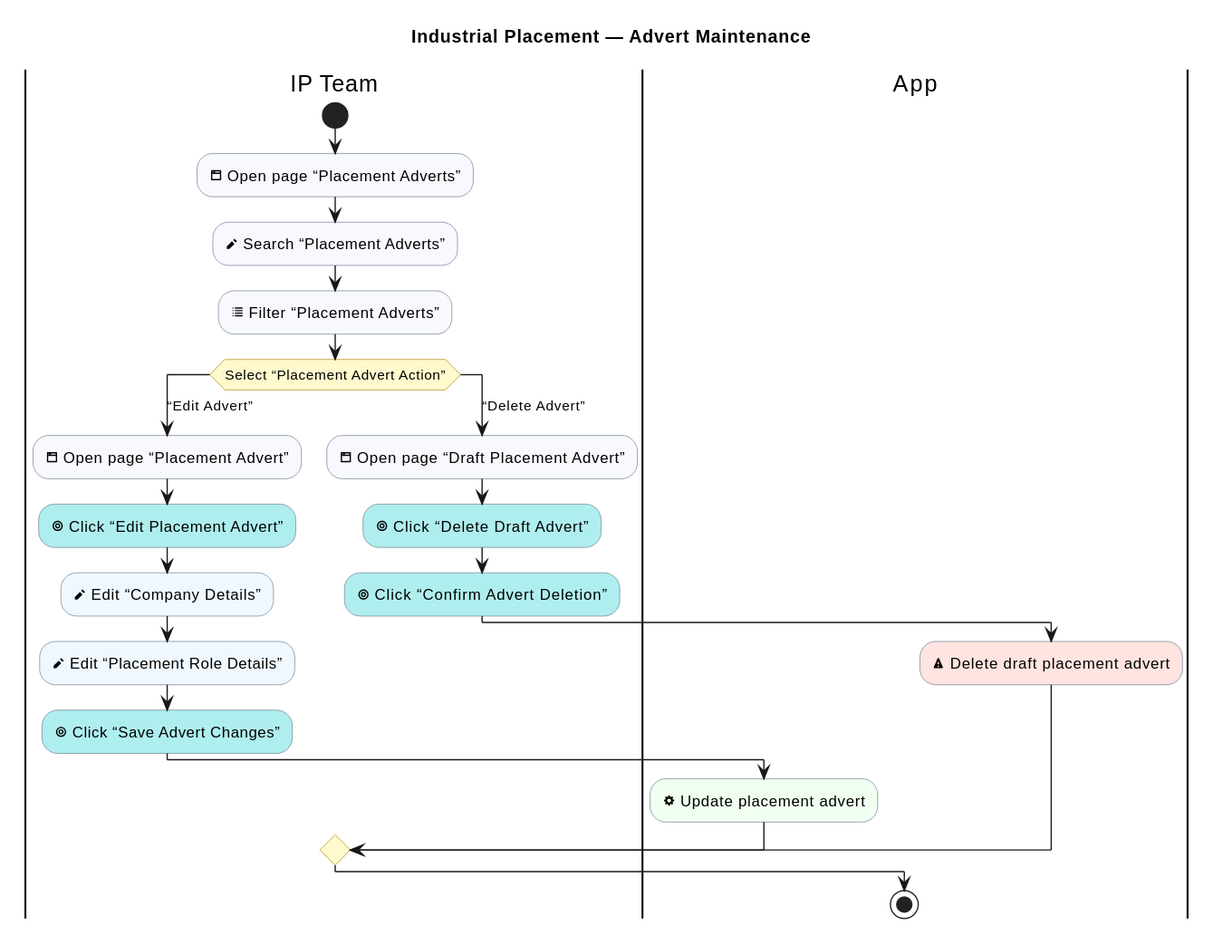
sdflkjssl/sdflkjssl.github.io keeps this PlantUML diagram as industrial-placement-group-project/diagrams/industrial-placement/advert-maintenance.svg. Above is the earlier version. Source of this version:
```plantuml
@startuml
!pragma layout smetana
title Industrial Placement — Advert Maintenance
skinparam shadowing false
skinparam activityBackgroundColor GhostWhite
skinparam activityBorderColor SlateGray
skinparam activityDiamondBackgroundColor LemonChiffon
skinparam activityDiamondBorderColor DarkGoldenRod

|IP Team|
|App|

|IP Team|
start
:<&browser> Open page “Placement Adverts”; <<#GhostWhite>>
  :<&pencil> Search “Placement Adverts”; <<#GhostWhite>>
  :<&list> Filter “Placement Adverts”; <<#GhostWhite>>
  switch (Select “Placement Advert Action”)
  case (“Edit Advert”)
    |IP Team|
    :<&browser> Open page “Placement Advert”; <<#GhostWhite>>
    :<&target> Click “Edit Placement Advert”; <<#PaleTurquoise>>
    :<&pencil> Edit “Company Details”; <<#AliceBlue>>
    :<&pencil> Edit “Placement Role Details”; <<#AliceBlue>>
    :<&target> Click “Save Advert Changes”; <<#PaleTurquoise>>
    |App|
    :<&cog> Update placement advert; <<#HoneyDew>>
  case (“Delete Advert”)
    |IP Team|
    :<&browser> Open page “Draft Placement Advert”; <<#GhostWhite>>
    :<&target> Click “Delete Draft Advert”; <<#PaleTurquoise>>
    :<&target> Click “Confirm Advert Deletion”; <<#PaleTurquoise>>
    |App|
    :<&warning> Delete draft placement advert; <<#MistyRose>>
  endswitch
stop
@enduml
```
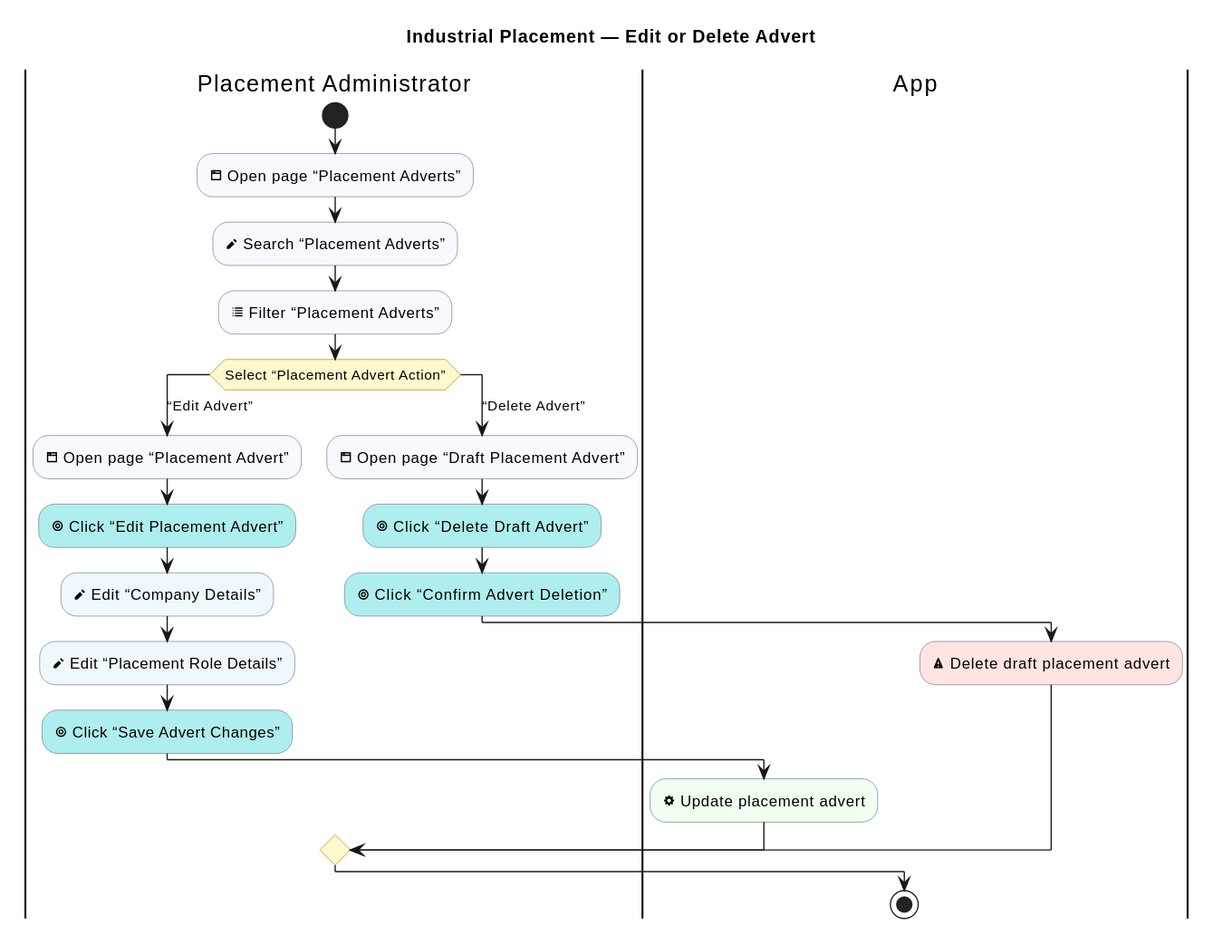
Later version of the same file.

The edit, as a diff of the source:
```diff
@@ -1,23 +1,23 @@
 @startuml
 !pragma layout smetana
-title Industrial Placement — Advert Maintenance
+title Industrial Placement — Edit or Delete Advert
 skinparam shadowing false
 skinparam activityBackgroundColor GhostWhite
 skinparam activityBorderColor SlateGray
 skinparam activityDiamondBackgroundColor LemonChiffon
 skinparam activityDiamondBorderColor DarkGoldenRod
 
-|IP Team|
+|Placement Administrator|
 |App|
 
-|IP Team|
+|Placement Administrator|
 start
 :<&browser> Open page “Placement Adverts”; <<#GhostWhite>>
   :<&pencil> Search “Placement Adverts”; <<#GhostWhite>>
   :<&list> Filter “Placement Adverts”; <<#GhostWhite>>
   switch (Select “Placement Advert Action”)
   case (“Edit Advert”)
-    |IP Team|
+    |Placement Administrator|
     :<&browser> Open page “Placement Advert”; <<#GhostWhite>>
     :<&target> Click “Edit Placement Advert”; <<#PaleTurquoise>>
     :<&pencil> Edit “Company Details”; <<#AliceBlue>>
@@ -26,7 +26,7 @@
     |App|
     :<&cog> Update placement advert; <<#HoneyDew>>
   case (“Delete Advert”)
-    |IP Team|
+    |Placement Administrator|
     :<&browser> Open page “Draft Placement Advert”; <<#GhostWhite>>
     :<&target> Click “Delete Draft Advert”; <<#PaleTurquoise>>
     :<&target> Click “Confirm Advert Deletion”; <<#PaleTurquoise>>
```
